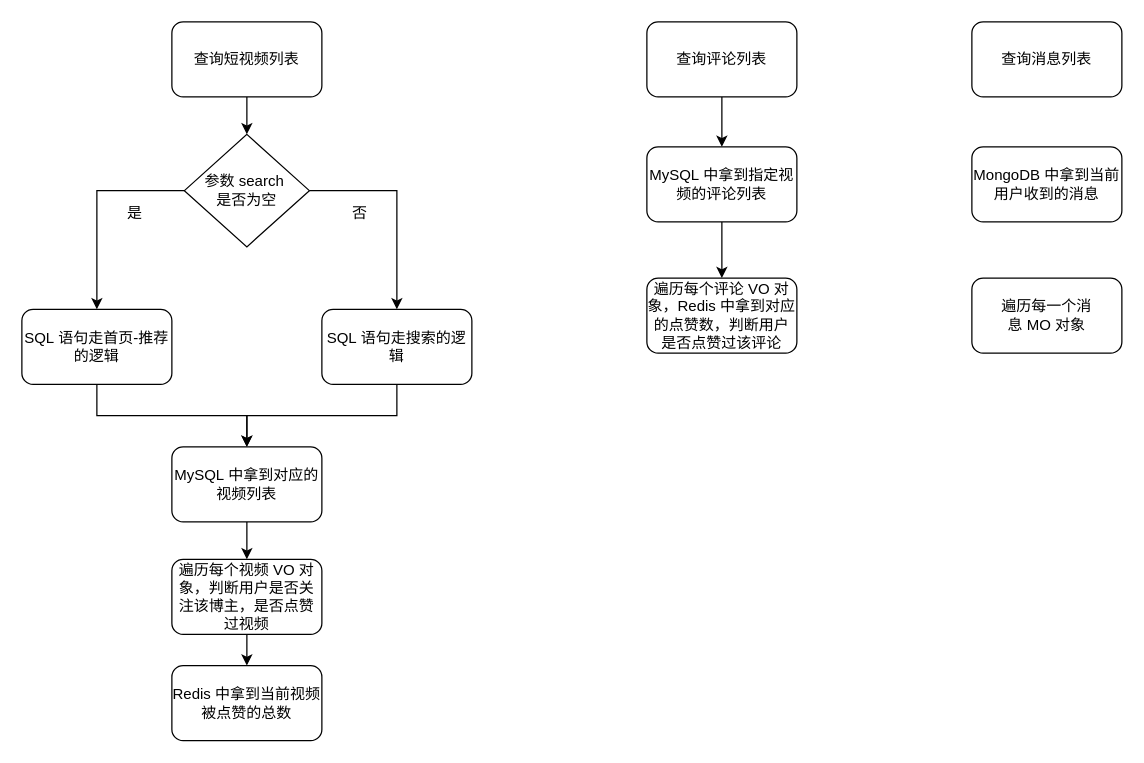
Above: 视频模块.drawio in lee11xx/picgo-img (draw.io), before the change. Source tidied: cells renumbered, new cells numbered last; positions are measured from the earlier drawing's top-left corner, leaving out a move shared by most shapes. Both pictures are drawn from the tidied source at 125%, with x=0, y=0 at pixel (21, 21).
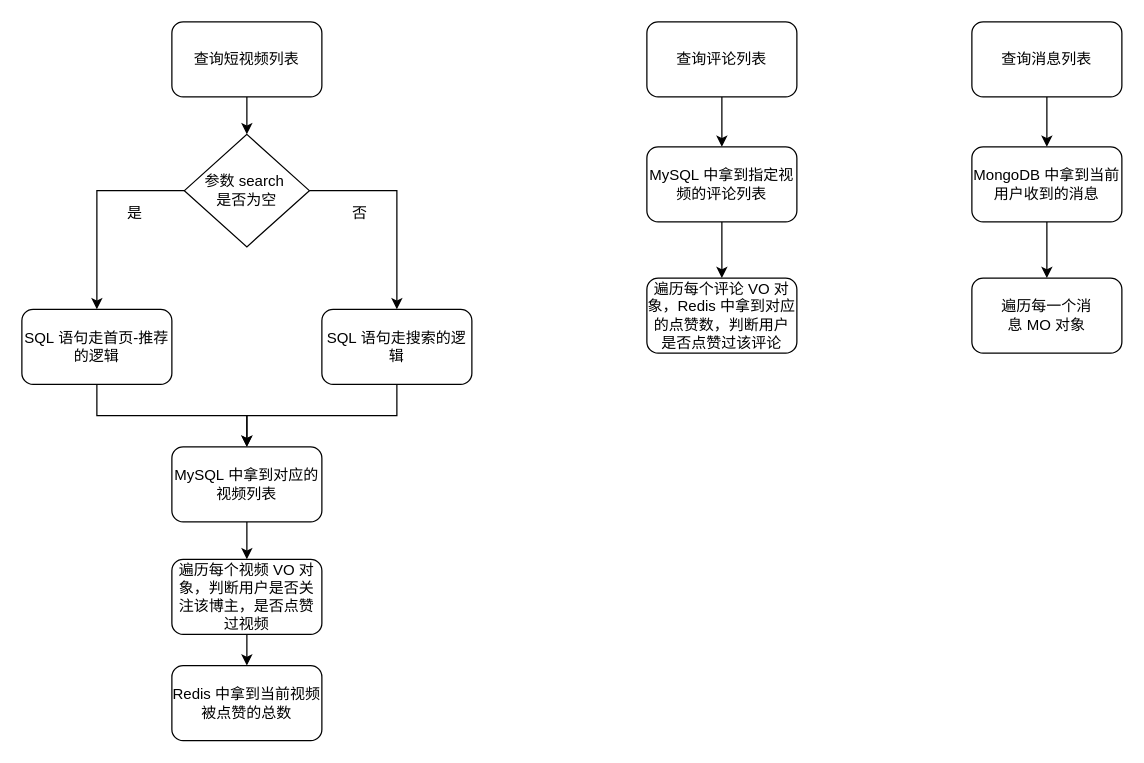
Above is the later version.

Commit message:
更新视频模块.drawio

Unchanged cells that the change refers to:
```xml
<mxCell id="23" value="查询消息列表" style="rounded=1;whiteSpace=wrap;html=1;" parent="1" vertex="1">
  <mxGeometry x="760" width="120" height="60" as="geometry" />
</mxCell>
<mxCell id="24" value="MongoDB&amp;nbsp;中拿到当前用户收到的消息" style="rounded=1;whiteSpace=wrap;html=1;" parent="1" vertex="1">
  <mxGeometry x="760" y="100" width="120" height="60" as="geometry" />
</mxCell>
<mxCell id="25" value="遍历每一个消息&amp;nbsp;MO&amp;nbsp;对象" style="rounded=1;whiteSpace=wrap;html=1;" parent="1" vertex="1">
  <mxGeometry x="760" y="205" width="120" height="60" as="geometry" />
</mxCell>
```

The edit, as a diff of the source:
```diff
@@
+    <mxCell id="26" style="edgeStyle=orthogonalEdgeStyle;rounded=0;jettySize=auto;html=1;" parent="1" edge="1" source="23" target="24">
+      <mxGeometry relative="1" as="geometry" />
+    </mxCell>
@@
+    <mxCell id="27" style="edgeStyle=orthogonalEdgeStyle;rounded=0;jettySize=auto;html=1;" parent="1" edge="1" source="24" target="25">
+      <mxGeometry relative="1" as="geometry" />
+    </mxCell>
```
